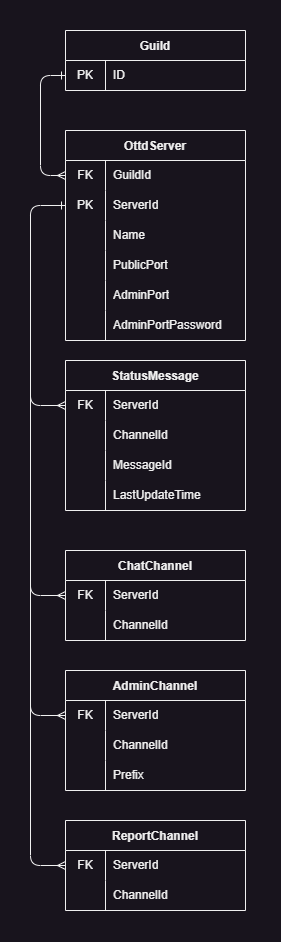
Before: docs/database.drawio.png, a diagram exported from draw.io (shoter/OpenttdDiscord). Source tidied: cells renumbered, new cells last; positions are measured from the earlier drawing's top-left corner, leaving out a move shared by most shapes. The source it was exported from:
```xml
<mxGraphModel background="#18141D">
  <root>
    <mxCell id="0" />
    <mxCell id="1" parent="0" />
    <mxCell id="2" style="whiteSpace=wrap;html=1;labelBackgroundColor=none;labelBorderColor=none;strokeColor=none;fontColor=#F0F0F0;fillColor=#18141D;" parent="1" vertex="1">
      <mxGeometry width="280" height="940" as="geometry" />
    </mxCell>
    <mxCell id="3" value="Guild" style="shape=table;startSize=30;rowLines=0;fontStyle=1;fontColor=#F0F0F0;strokeColor=#F0F0F0;fillColor=#18141D;" parent="1" vertex="1">
      <mxGeometry x="65" y="30" width="180" height="60" as="geometry" />
    </mxCell>
    <mxCell id="4" style="shape=tableRow;horizontal=0;startSize=0;swimlaneHead=0;swimlaneBody=0;top=0;left=0;bottom=0;right=0;fillColor=none;points=[[0,0.5],[1,0.5]];portConstraint=eastwest;fontColor=#F0F0F0;strokeColor=#F0F0F0;" parent="3" vertex="1">
      <mxGeometry y="30" width="180" height="30" as="geometry" />
    </mxCell>
    <mxCell id="5" value="PK" style="shape=partialRectangle;html=1;whiteSpace=wrap;fillColor=none;top=0;left=0;bottom=0;right=0;overflow=hidden;fontColor=#F0F0F0;strokeColor=#F0F0F0;" parent="4" vertex="1">
      <mxGeometry width="40" height="30" as="geometry" />
    </mxCell>
    <mxCell id="6" value="ID" style="shape=partialRectangle;html=1;whiteSpace=wrap;fillColor=none;top=0;left=0;bottom=0;right=0;align=left;spacingLeft=6;overflow=hidden;fontColor=#F0F0F0;strokeColor=#F0F0F0;" parent="4" vertex="1">
      <mxGeometry x="40" width="140" height="30" as="geometry" />
    </mxCell>
    <mxCell id="7" value="OttdServer" style="shape=table;startSize=30;rowLines=0;fontStyle=1;fontColor=#F0F0F0;strokeColor=#F0F0F0;fillColor=#18141D;" parent="1" vertex="1">
      <mxGeometry x="65" y="130" width="180" height="210" as="geometry" />
    </mxCell>
    <mxCell id="8" style="shape=tableRow;horizontal=0;startSize=0;swimlaneHead=0;swimlaneBody=0;top=0;left=0;bottom=0;right=0;fillColor=none;points=[[0,0.5],[1,0.5]];portConstraint=eastwest;fontColor=#F0F0F0;strokeColor=#F0F0F0;" parent="7" vertex="1">
      <mxGeometry y="30" width="180" height="30" as="geometry" />
    </mxCell>
    <mxCell id="9" value="FK" style="shape=partialRectangle;html=1;whiteSpace=wrap;fillColor=none;top=0;left=0;bottom=0;right=0;overflow=hidden;fontColor=#F0F0F0;strokeColor=#F0F0F0;" parent="8" vertex="1">
      <mxGeometry width="40" height="30" as="geometry" />
    </mxCell>
    <mxCell id="10" value="GuildId" style="shape=partialRectangle;html=1;whiteSpace=wrap;fillColor=none;top=0;left=0;bottom=0;right=0;align=left;spacingLeft=6;overflow=hidden;labelBackgroundColor=none;labelBorderColor=none;fontColor=#F0F0F0;strokeColor=#F0F0F0;" parent="8" vertex="1">
      <mxGeometry x="40" width="140" height="30" as="geometry" />
    </mxCell>
    <mxCell id="11" style="shape=tableRow;horizontal=0;startSize=0;swimlaneHead=0;swimlaneBody=0;top=0;left=0;bottom=0;right=0;fillColor=none;points=[[0,0.5],[1,0.5]];portConstraint=eastwest;fontColor=#F0F0F0;strokeColor=#F0F0F0;" parent="7" vertex="1">
      <mxGeometry y="60" width="180" height="30" as="geometry" />
    </mxCell>
    <mxCell id="12" value="PK" style="shape=partialRectangle;html=1;whiteSpace=wrap;fillColor=none;top=0;left=0;bottom=0;right=0;overflow=hidden;fontColor=#F0F0F0;strokeColor=#F0F0F0;" parent="11" vertex="1">
      <mxGeometry width="40" height="30" as="geometry" />
    </mxCell>
    <mxCell id="13" value="ServerId" style="shape=partialRectangle;html=1;whiteSpace=wrap;fillColor=none;top=0;left=0;bottom=0;right=0;align=left;spacingLeft=6;overflow=hidden;fontColor=#F0F0F0;strokeColor=#F0F0F0;" parent="11" vertex="1">
      <mxGeometry x="40" width="140" height="30" as="geometry" />
    </mxCell>
    <mxCell id="14" style="shape=tableRow;horizontal=0;startSize=0;swimlaneHead=0;swimlaneBody=0;top=0;left=0;bottom=0;right=0;fillColor=none;fontColor=#F0F0F0;strokeColor=#F0F0F0;" parent="7" vertex="1">
      <mxGeometry y="90" width="180" height="30" as="geometry" />
    </mxCell>
    <mxCell id="15" style="shape=partialRectangle;html=1;whiteSpace=wrap;fillColor=none;top=0;left=0;bottom=0;right=0;overflow=hidden;fontColor=#F0F0F0;strokeColor=#F0F0F0;" parent="14" vertex="1">
      <mxGeometry width="40" height="30" as="geometry" />
    </mxCell>
    <mxCell id="16" value="Name" style="shape=partialRectangle;html=1;whiteSpace=wrap;fillColor=none;top=0;left=0;bottom=0;right=0;align=left;spacingLeft=6;overflow=hidden;fontColor=#F0F0F0;strokeColor=#F0F0F0;" parent="14" vertex="1">
      <mxGeometry x="40" width="140" height="30" as="geometry" />
    </mxCell>
    <mxCell id="17" style="shape=tableRow;horizontal=0;startSize=0;swimlaneHead=0;swimlaneBody=0;top=0;left=0;bottom=0;right=0;fillColor=none;fontColor=#F0F0F0;strokeColor=#F0F0F0;" parent="7" vertex="1">
      <mxGeometry y="120" width="180" height="30" as="geometry" />
    </mxCell>
    <mxCell id="18" style="shape=partialRectangle;html=1;whiteSpace=wrap;fillColor=none;top=0;left=0;bottom=0;right=0;overflow=hidden;fontColor=#F0F0F0;strokeColor=#F0F0F0;" parent="17" vertex="1">
      <mxGeometry width="40" height="30" as="geometry" />
    </mxCell>
    <mxCell id="19" value="PublicPort" style="shape=partialRectangle;html=1;whiteSpace=wrap;fillColor=none;top=0;left=0;bottom=0;right=0;align=left;spacingLeft=6;overflow=hidden;fontColor=#F0F0F0;strokeColor=#F0F0F0;" parent="17" vertex="1">
      <mxGeometry x="40" width="140" height="30" as="geometry" />
    </mxCell>
    <mxCell id="20" style="shape=tableRow;horizontal=0;startSize=0;swimlaneHead=0;swimlaneBody=0;top=0;left=0;bottom=0;right=0;fillColor=none;fontColor=#F0F0F0;strokeColor=#F0F0F0;" parent="7" vertex="1">
      <mxGeometry y="150" width="180" height="30" as="geometry" />
    </mxCell>
    <mxCell id="21" style="shape=partialRectangle;html=1;whiteSpace=wrap;fillColor=none;top=0;left=0;bottom=0;right=0;overflow=hidden;fontColor=#F0F0F0;strokeColor=#F0F0F0;" parent="20" vertex="1">
      <mxGeometry width="40" height="30" as="geometry" />
    </mxCell>
    <mxCell id="22" value="AdminPort" style="shape=partialRectangle;html=1;whiteSpace=wrap;fillColor=none;top=0;left=0;bottom=0;right=0;align=left;spacingLeft=6;overflow=hidden;fontColor=#F0F0F0;strokeColor=#F0F0F0;" parent="20" vertex="1">
      <mxGeometry x="40" width="140" height="30" as="geometry" />
    </mxCell>
    <mxCell id="23" style="shape=tableRow;horizontal=0;startSize=0;swimlaneHead=0;swimlaneBody=0;top=0;left=0;bottom=0;right=0;fillColor=none;fontColor=#F0F0F0;strokeColor=#F0F0F0;" parent="7" vertex="1">
      <mxGeometry y="180" width="180" height="30" as="geometry" />
    </mxCell>
    <mxCell id="24" style="shape=partialRectangle;html=1;whiteSpace=wrap;fillColor=none;top=0;left=0;bottom=0;right=0;overflow=hidden;fontColor=#F0F0F0;strokeColor=#F0F0F0;" parent="23" vertex="1">
      <mxGeometry width="40" height="30" as="geometry" />
    </mxCell>
    <mxCell id="25" value="AdminPortPassword" style="shape=partialRectangle;html=1;whiteSpace=wrap;fillColor=none;top=0;left=0;bottom=0;right=0;align=left;spacingLeft=6;overflow=hidden;fontColor=#F0F0F0;strokeColor=#F0F0F0;" parent="23" vertex="1">
      <mxGeometry x="40" width="140" height="30" as="geometry" />
    </mxCell>
    <mxCell id="26" style="endArrow=ERone;html=1;exitX=0;exitY=0.5;exitDx=0;exitDy=0;entryX=0;entryY=0.5;entryDx=0;entryDy=0;startArrow=ERmany;startFill=0;endFill=0;fontColor=#F0F0F0;strokeColor=#F0F0F0;" parent="1" edge="1" source="8" target="4">
      <mxGeometry relative="1" as="geometry">
        <Array as="points">
          <mxPoint x="40" y="175" />
          <mxPoint x="40" y="75" />
        </Array>
      </mxGeometry>
    </mxCell>
    <mxCell id="27" value="StatusMessage" style="shape=table;startSize=30;rowLines=0;fontStyle=1;fontColor=#F0F0F0;strokeColor=#F0F0F0;fillColor=#18141D;" parent="1" vertex="1">
      <mxGeometry x="65" y="360" width="180" height="150" as="geometry" />
    </mxCell>
    <mxCell id="28" style="shape=tableRow;horizontal=0;startSize=0;swimlaneHead=0;swimlaneBody=0;top=0;left=0;bottom=0;right=0;fillColor=none;points=[[0,0.5],[1,0.5]];portConstraint=eastwest;fontColor=#F0F0F0;strokeColor=#F0F0F0;" parent="27" vertex="1">
      <mxGeometry y="30" width="180" height="30" as="geometry" />
    </mxCell>
    <mxCell id="29" value="FK" style="shape=partialRectangle;html=1;whiteSpace=wrap;fillColor=none;top=0;left=0;bottom=0;right=0;overflow=hidden;fontColor=#F0F0F0;strokeColor=#F0F0F0;" parent="28" vertex="1">
      <mxGeometry width="40" height="30" as="geometry" />
    </mxCell>
    <mxCell id="30" value="ServerId" style="shape=partialRectangle;html=1;whiteSpace=wrap;fillColor=none;top=0;left=0;bottom=0;right=0;align=left;spacingLeft=6;overflow=hidden;fontColor=#F0F0F0;strokeColor=#F0F0F0;" parent="28" vertex="1">
      <mxGeometry x="40" width="140" height="30" as="geometry" />
    </mxCell>
    <mxCell id="31" style="shape=tableRow;horizontal=0;startSize=0;swimlaneHead=0;swimlaneBody=0;top=0;left=0;bottom=0;right=0;fillColor=none;fontColor=#F0F0F0;strokeColor=#F0F0F0;" parent="27" vertex="1">
      <mxGeometry y="60" width="180" height="30" as="geometry" />
    </mxCell>
    <mxCell id="32" style="shape=partialRectangle;html=1;whiteSpace=wrap;fillColor=none;top=0;left=0;bottom=0;right=0;overflow=hidden;fontColor=#F0F0F0;strokeColor=#F0F0F0;" parent="31" vertex="1">
      <mxGeometry width="40" height="30" as="geometry" />
    </mxCell>
    <mxCell id="33" value="ChannelId" style="shape=partialRectangle;html=1;whiteSpace=wrap;fillColor=none;top=0;left=0;bottom=0;right=0;align=left;spacingLeft=6;overflow=hidden;fontColor=#F0F0F0;strokeColor=#F0F0F0;" parent="31" vertex="1">
      <mxGeometry x="40" width="140" height="30" as="geometry" />
    </mxCell>
    <mxCell id="34" style="shape=tableRow;horizontal=0;startSize=0;swimlaneHead=0;swimlaneBody=0;top=0;left=0;bottom=0;right=0;fillColor=none;fontColor=#F0F0F0;strokeColor=#F0F0F0;" parent="27" vertex="1">
      <mxGeometry y="90" width="180" height="30" as="geometry" />
    </mxCell>
    <mxCell id="35" style="shape=partialRectangle;html=1;whiteSpace=wrap;fillColor=none;top=0;left=0;bottom=0;right=0;overflow=hidden;fontColor=#F0F0F0;strokeColor=#F0F0F0;" parent="34" vertex="1">
      <mxGeometry width="40" height="30" as="geometry" />
    </mxCell>
    <mxCell id="36" value="MessageId" style="shape=partialRectangle;html=1;whiteSpace=wrap;fillColor=none;top=0;left=0;bottom=0;right=0;align=left;spacingLeft=6;overflow=hidden;fontColor=#F0F0F0;strokeColor=#F0F0F0;" parent="34" vertex="1">
      <mxGeometry x="40" width="140" height="30" as="geometry" />
    </mxCell>
    <mxCell id="37" style="shape=tableRow;horizontal=0;startSize=0;swimlaneHead=0;swimlaneBody=0;top=0;left=0;bottom=0;right=0;fillColor=none;fontColor=#F0F0F0;strokeColor=#F0F0F0;" parent="27" vertex="1">
      <mxGeometry y="120" width="180" height="30" as="geometry" />
    </mxCell>
    <mxCell id="38" style="shape=partialRectangle;html=1;whiteSpace=wrap;fillColor=none;top=0;left=0;bottom=0;right=0;overflow=hidden;fontColor=#F0F0F0;strokeColor=#F0F0F0;" parent="37" vertex="1">
      <mxGeometry width="40" height="30" as="geometry" />
    </mxCell>
    <mxCell id="39" value="LastUpdateTime" style="shape=partialRectangle;html=1;whiteSpace=wrap;fillColor=none;top=0;left=0;bottom=0;right=0;align=left;spacingLeft=6;overflow=hidden;fontColor=#F0F0F0;strokeColor=#F0F0F0;" parent="37" vertex="1">
      <mxGeometry x="40" width="140" height="30" as="geometry" />
    </mxCell>
    <mxCell id="40" style="endArrow=ERone;html=1;exitX=0;exitY=0.5;exitDx=0;exitDy=0;startArrow=ERmany;startFill=0;endFill=0;entryX=0;entryY=0.5;entryDx=0;entryDy=0;fontColor=#F0F0F0;strokeColor=#F0F0F0;" parent="1" edge="1" source="28" target="11">
      <mxGeometry relative="1" as="geometry">
        <Array as="points">
          <mxPoint x="30" y="405" />
          <mxPoint x="30" y="205" />
        </Array>
      </mxGeometry>
    </mxCell>
    <mxCell id="41" value="ChatChannel" style="shape=table;startSize=30;rowLines=0;fontStyle=1;fontColor=#F0F0F0;strokeColor=#F0F0F0;fillColor=#18141D;" parent="1" vertex="1">
      <mxGeometry x="65" y="550" width="180" height="90" as="geometry" />
    </mxCell>
    <mxCell id="42" style="shape=tableRow;horizontal=0;startSize=0;swimlaneHead=0;swimlaneBody=0;top=0;left=0;bottom=0;right=0;fillColor=none;points=[[0,0.5],[1,0.5]];portConstraint=eastwest;fontColor=#F0F0F0;strokeColor=#F0F0F0;" parent="41" vertex="1">
      <mxGeometry y="30" width="180" height="30" as="geometry" />
    </mxCell>
    <mxCell id="43" value="FK" style="shape=partialRectangle;html=1;whiteSpace=wrap;fillColor=none;top=0;left=0;bottom=0;right=0;overflow=hidden;fontColor=#F0F0F0;strokeColor=#F0F0F0;" parent="42" vertex="1">
      <mxGeometry width="40" height="30" as="geometry" />
    </mxCell>
    <mxCell id="44" value="ServerId" style="shape=partialRectangle;html=1;whiteSpace=wrap;fillColor=none;top=0;left=0;bottom=0;right=0;align=left;spacingLeft=6;overflow=hidden;fontColor=#F0F0F0;strokeColor=#F0F0F0;" parent="42" vertex="1">
      <mxGeometry x="40" width="140" height="30" as="geometry" />
    </mxCell>
    <mxCell id="45" style="shape=tableRow;horizontal=0;startSize=0;swimlaneHead=0;swimlaneBody=0;top=0;left=0;bottom=0;right=0;fillColor=none;fontColor=#F0F0F0;strokeColor=#F0F0F0;" parent="41" vertex="1">
      <mxGeometry y="60" width="180" height="30" as="geometry" />
    </mxCell>
    <mxCell id="46" style="shape=partialRectangle;html=1;whiteSpace=wrap;fillColor=none;top=0;left=0;bottom=0;right=0;overflow=hidden;fontColor=#F0F0F0;strokeColor=#F0F0F0;" parent="45" vertex="1">
      <mxGeometry width="40" height="30" as="geometry" />
    </mxCell>
    <mxCell id="47" value="ChannelId" style="shape=partialRectangle;html=1;whiteSpace=wrap;fillColor=none;top=0;left=0;bottom=0;right=0;align=left;spacingLeft=6;overflow=hidden;fontColor=#F0F0F0;strokeColor=#F0F0F0;" parent="45" vertex="1">
      <mxGeometry x="40" width="140" height="30" as="geometry" />
    </mxCell>
    <mxCell id="48" style="endArrow=none;html=1;exitX=0;exitY=0.5;exitDx=0;exitDy=0;startArrow=ERmany;startFill=0;fontColor=#F0F0F0;strokeColor=#F0F0F0;" parent="1" edge="1" source="42">
      <mxGeometry relative="1" as="geometry">
        <mxPoint x="30" y="370" as="targetPoint" />
        <Array as="points">
          <mxPoint x="30" y="595" />
        </Array>
      </mxGeometry>
    </mxCell>
    <mxCell id="49" value="AdminChannel" style="shape=table;startSize=30;rowLines=0;fontStyle=1;fontColor=#F0F0F0;strokeColor=#F0F0F0;fillColor=#18141D;" parent="1" vertex="1">
      <mxGeometry x="65" y="670" width="180" height="120" as="geometry" />
    </mxCell>
    <mxCell id="50" style="shape=tableRow;horizontal=0;startSize=0;swimlaneHead=0;swimlaneBody=0;top=0;left=0;bottom=0;right=0;fillColor=none;points=[[0,0.5],[1,0.5]];portConstraint=eastwest;fontColor=#F0F0F0;strokeColor=#F0F0F0;" parent="49" vertex="1">
      <mxGeometry y="30" width="180" height="30" as="geometry" />
    </mxCell>
    <mxCell id="51" value="FK" style="shape=partialRectangle;html=1;whiteSpace=wrap;fillColor=none;top=0;left=0;bottom=0;right=0;overflow=hidden;fontColor=#F0F0F0;strokeColor=#F0F0F0;" parent="50" vertex="1">
      <mxGeometry width="40" height="30" as="geometry" />
    </mxCell>
    <mxCell id="52" value="ServerId" style="shape=partialRectangle;html=1;whiteSpace=wrap;fillColor=none;top=0;left=0;bottom=0;right=0;align=left;spacingLeft=6;overflow=hidden;fontColor=#F0F0F0;strokeColor=#F0F0F0;" parent="50" vertex="1">
      <mxGeometry x="40" width="140" height="30" as="geometry" />
    </mxCell>
    <mxCell id="53" style="shape=tableRow;horizontal=0;startSize=0;swimlaneHead=0;swimlaneBody=0;top=0;left=0;bottom=0;right=0;fillColor=none;fontColor=#F0F0F0;strokeColor=#F0F0F0;" parent="49" vertex="1">
      <mxGeometry y="60" width="180" height="30" as="geometry" />
    </mxCell>
    <mxCell id="54" style="shape=partialRectangle;html=1;whiteSpace=wrap;fillColor=none;top=0;left=0;bottom=0;right=0;overflow=hidden;fontColor=#F0F0F0;strokeColor=#F0F0F0;" parent="53" vertex="1">
      <mxGeometry width="40" height="30" as="geometry" />
    </mxCell>
    <mxCell id="55" value="ChannelId" style="shape=partialRectangle;html=1;whiteSpace=wrap;fillColor=none;top=0;left=0;bottom=0;right=0;align=left;spacingLeft=6;overflow=hidden;fontColor=#F0F0F0;strokeColor=#F0F0F0;" parent="53" vertex="1">
      <mxGeometry x="40" width="140" height="30" as="geometry" />
    </mxCell>
    <mxCell id="56" style="shape=tableRow;horizontal=0;startSize=0;swimlaneHead=0;swimlaneBody=0;top=0;left=0;bottom=0;right=0;fillColor=none;fontColor=#F0F0F0;strokeColor=#F0F0F0;" parent="49" vertex="1">
      <mxGeometry y="90" width="180" height="30" as="geometry" />
    </mxCell>
    <mxCell id="57" style="shape=partialRectangle;html=1;whiteSpace=wrap;fillColor=none;top=0;left=0;bottom=0;right=0;overflow=hidden;fontColor=#F0F0F0;strokeColor=#F0F0F0;" parent="56" vertex="1">
      <mxGeometry width="40" height="30" as="geometry" />
    </mxCell>
    <mxCell id="58" value="Prefix" style="shape=partialRectangle;html=1;whiteSpace=wrap;fillColor=none;top=0;left=0;bottom=0;right=0;align=left;spacingLeft=6;overflow=hidden;fontColor=#F0F0F0;strokeColor=#F0F0F0;" parent="56" vertex="1">
      <mxGeometry x="40" width="140" height="30" as="geometry" />
    </mxCell>
    <mxCell id="59" style="endArrow=none;html=1;exitX=0;exitY=0.5;exitDx=0;exitDy=0;startArrow=ERmany;startFill=0;fontColor=#F0F0F0;strokeColor=#F0F0F0;" parent="1" edge="1" source="50">
      <mxGeometry relative="1" as="geometry">
        <mxPoint x="30" y="500" as="targetPoint" />
        <Array as="points">
          <mxPoint x="30" y="715" />
        </Array>
      </mxGeometry>
    </mxCell>
    <mxCell id="60" value="ReportChannel" style="shape=table;startSize=30;rowLines=0;fontStyle=1;fontColor=#F0F0F0;strokeColor=#F0F0F0;fillColor=#18141D;" parent="1" vertex="1">
      <mxGeometry x="65" y="820" width="180" height="90" as="geometry" />
    </mxCell>
    <mxCell id="61" style="shape=tableRow;horizontal=0;startSize=0;swimlaneHead=0;swimlaneBody=0;top=0;left=0;bottom=0;right=0;fillColor=none;fontColor=#F0F0F0;strokeColor=#F0F0F0;" parent="60" vertex="1">
      <mxGeometry y="30" width="180" height="30" as="geometry" />
    </mxCell>
    <mxCell id="62" value="FK" style="shape=partialRectangle;html=1;whiteSpace=wrap;fillColor=none;top=0;left=0;bottom=0;right=0;overflow=hidden;fontColor=#F0F0F0;strokeColor=#F0F0F0;" parent="61" vertex="1">
      <mxGeometry width="40" height="30" as="geometry" />
    </mxCell>
    <mxCell id="63" value="ServerId" style="shape=partialRectangle;html=1;whiteSpace=wrap;fillColor=none;top=0;left=0;bottom=0;right=0;align=left;spacingLeft=6;overflow=hidden;fontColor=#F0F0F0;strokeColor=#F0F0F0;" parent="61" vertex="1">
      <mxGeometry x="40" width="140" height="30" as="geometry" />
    </mxCell>
    <mxCell id="64" style="shape=tableRow;horizontal=0;startSize=0;swimlaneHead=0;swimlaneBody=0;top=0;left=0;bottom=0;right=0;fillColor=none;fontColor=#F0F0F0;strokeColor=#F0F0F0;" parent="60" vertex="1">
      <mxGeometry y="60" width="180" height="30" as="geometry" />
    </mxCell>
    <mxCell id="65" style="shape=partialRectangle;html=1;whiteSpace=wrap;fillColor=none;top=0;left=0;bottom=0;right=0;overflow=hidden;fontColor=#F0F0F0;strokeColor=#F0F0F0;" parent="64" vertex="1">
      <mxGeometry width="40" height="30" as="geometry" />
    </mxCell>
    <mxCell id="66" value="ChannelId" style="shape=partialRectangle;html=1;whiteSpace=wrap;fillColor=none;top=0;left=0;bottom=0;right=0;align=left;spacingLeft=6;overflow=hidden;fontColor=#F0F0F0;strokeColor=#F0F0F0;" parent="64" vertex="1">
      <mxGeometry x="40" width="140" height="30" as="geometry" />
    </mxCell>
    <mxCell id="67" style="endArrow=none;html=1;exitX=0;exitY=0.5;exitDx=0;exitDy=0;startArrow=ERmany;startFill=0;fontColor=#F0F0F0;strokeColor=#F0F0F0;" parent="1" edge="1">
      <mxGeometry relative="1" as="geometry">
        <mxPoint x="65" y="865" as="sourcePoint" />
        <mxPoint x="30" y="650" as="targetPoint" />
        <Array as="points">
          <mxPoint x="30" y="865" />
        </Array>
      </mxGeometry>
    </mxCell>
  </root>
</mxGraphModel>
```
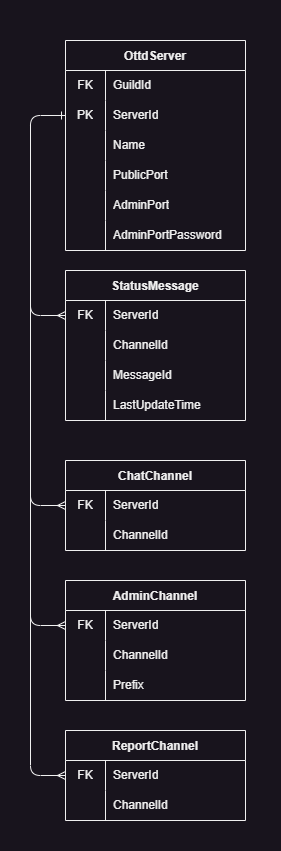
The same file after the commit.

Commit message:
docs: Guild table removed

What changed in the source:
```diff
@@ -3,20 +3,8 @@
     <mxCell id="0" />
     <mxCell id="1" parent="0" />
     <mxCell id="2" style="whiteSpace=wrap;html=1;labelBackgroundColor=none;labelBorderColor=none;strokeColor=none;fontColor=#F0F0F0;fillColor=#18141D;" parent="1" vertex="1">
-      <mxGeometry width="280" height="940" as="geometry" />
+      <mxGeometry y="90" width="280" height="850" as="geometry" />
     </mxCell>
-    <mxCell id="3" value="Guild" style="shape=table;startSize=30;rowLines=0;fontStyle=1;fontColor=#F0F0F0;strokeColor=#F0F0F0;fillColor=#18141D;" parent="1" vertex="1">
-      <mxGeometry x="65" y="30" width="180" height="60" as="geometry" />
-    </mxCell>
-    <mxCell id="4" style="shape=tableRow;horizontal=0;startSize=0;swimlaneHead=0;swimlaneBody=0;top=0;left=0;bottom=0;right=0;fillColor=none;points=[[0,0.5],[1,0.5]];portConstraint=eastwest;fontColor=#F0F0F0;strokeColor=#F0F0F0;" parent="3" vertex="1">
-      <mxGeometry y="30" width="180" height="30" as="geometry" />
-    </mxCell>
-    <mxCell id="5" value="PK" style="shape=partialRectangle;html=1;whiteSpace=wrap;fillColor=none;top=0;left=0;bottom=0;right=0;overflow=hidden;fontColor=#F0F0F0;strokeColor=#F0F0F0;" parent="4" vertex="1">
-      <mxGeometry width="40" height="30" as="geometry" />
-    </mxCell>
-    <mxCell id="6" value="ID" style="shape=partialRectangle;html=1;whiteSpace=wrap;fillColor=none;top=0;left=0;bottom=0;right=0;align=left;spacingLeft=6;overflow=hidden;fontColor=#F0F0F0;strokeColor=#F0F0F0;" parent="4" vertex="1">
-      <mxGeometry x="40" width="140" height="30" as="geometry" />
-    </mxCell>
     <mxCell id="7" value="OttdServer" style="shape=table;startSize=30;rowLines=0;fontStyle=1;fontColor=#F0F0F0;strokeColor=#F0F0F0;fillColor=#18141D;" parent="1" vertex="1">
       <mxGeometry x="65" y="130" width="180" height="210" as="geometry" />
     </mxCell>
@@ -74,14 +62,6 @@
     <mxCell id="25" value="AdminPortPassword" style="shape=partialRectangle;html=1;whiteSpace=wrap;fillColor=none;top=0;left=0;bottom=0;right=0;align=left;spacingLeft=6;overflow=hidden;fontColor=#F0F0F0;strokeColor=#F0F0F0;" parent="23" vertex="1">
       <mxGeometry x="40" width="140" height="30" as="geometry" />
     </mxCell>
-    <mxCell id="26" style="endArrow=ERone;html=1;exitX=0;exitY=0.5;exitDx=0;exitDy=0;entryX=0;entryY=0.5;entryDx=0;entryDy=0;startArrow=ERmany;startFill=0;endFill=0;fontColor=#F0F0F0;strokeColor=#F0F0F0;" parent="1" edge="1" source="8" target="4">
-      <mxGeometry relative="1" as="geometry">
-        <Array as="points">
-          <mxPoint x="40" y="175" />
-          <mxPoint x="40" y="75" />
-        </Array>
-      </mxGeometry>
-    </mxCell>
     <mxCell id="27" value="StatusMessage" style="shape=table;startSize=30;rowLines=0;fontStyle=1;fontColor=#F0F0F0;strokeColor=#F0F0F0;fillColor=#18141D;" parent="1" vertex="1">
       <mxGeometry x="65" y="360" width="180" height="150" as="geometry" />
     </mxCell>
```
